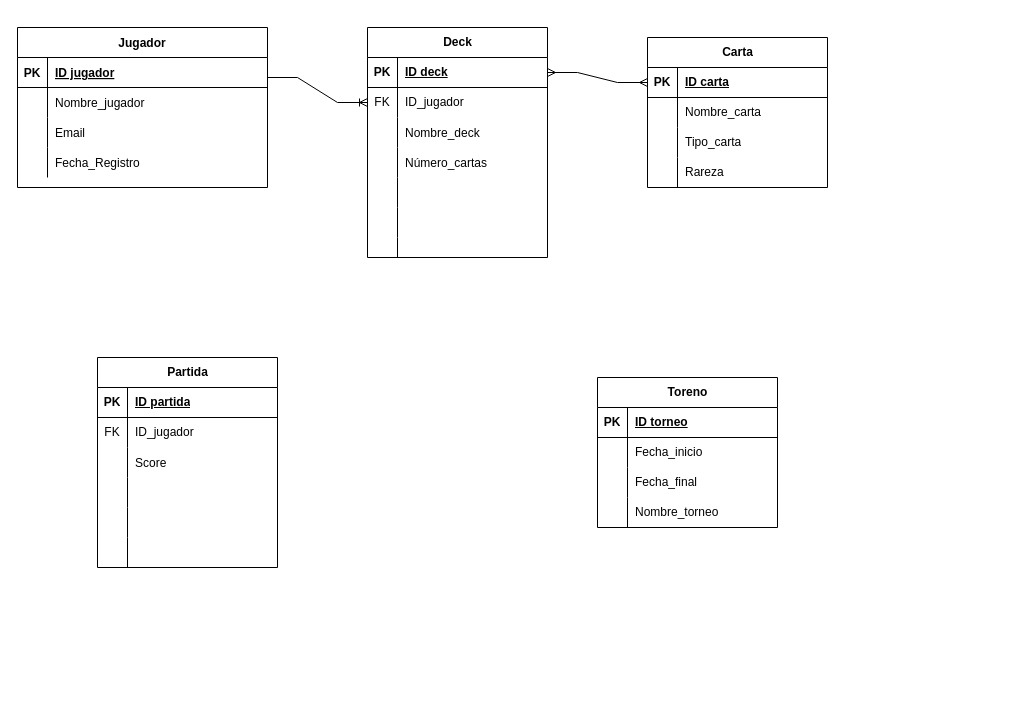
Above: Base de Datos/Pokemon_TCG_1.drawio in leaguirre3/A1749322_-TC2005B (draw.io), before the change. Source tidied: cells renumbered, new cells numbered last; positions are measured from the earlier drawing's top-left corner, leaving out a move shared by most shapes. Both pictures are drawn from the tidied source at 100%, with x=0, y=0 at pixel (17, 27).
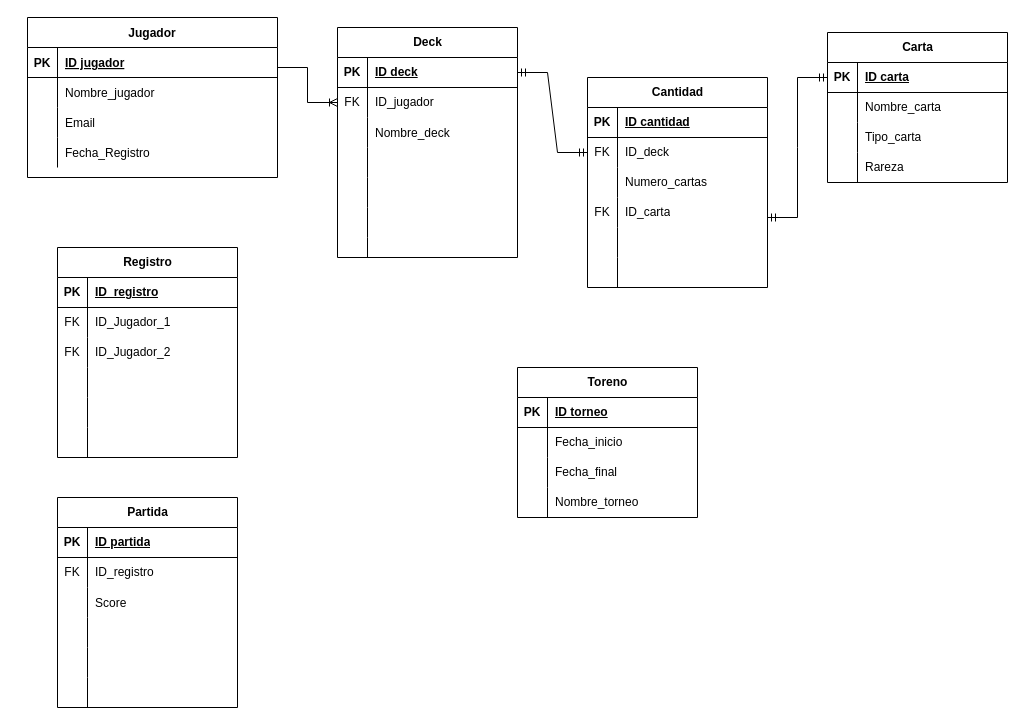
The same diagram, later.

The change refers to these unchanged cells:
```xml
<mxCell id="3" style="shape=partialRectangle;fillColor=none;points=[[0,0.5],[1,0.5]];portConstraint=eastwest;top=0;left=0;right=0;bottom=1;" parent="2" vertex="1">
  <mxGeometry y="30" width="250" height="30" as="geometry" />
</mxCell>
<mxCell id="16" style="shape=tableRow;horizontal=0;startSize=0;swimlaneHead=0;swimlaneBody=0;fillColor=none;points=[[0,0.5],[1,0.5]];portConstraint=eastwest;top=0;left=0;right=0;bottom=1;" parent="15" vertex="1">
  <mxGeometry y="30" width="180" height="30" as="geometry" />
</mxCell>
<mxCell id="29" style="shape=tableRow;horizontal=0;startSize=0;swimlaneHead=0;swimlaneBody=0;fillColor=none;points=[[0,0.5],[1,0.5]];portConstraint=eastwest;top=0;left=0;right=0;bottom=1;" parent="28" vertex="1">
  <mxGeometry y="30" width="180" height="30" as="geometry" />
</mxCell>
<mxCell id="32" style="shape=tableRow;horizontal=0;startSize=0;swimlaneHead=0;swimlaneBody=0;fillColor=none;points=[[0,0.5],[1,0.5]];portConstraint=eastwest;top=0;left=0;right=0;bottom=0;" parent="28" vertex="1">
  <mxGeometry y="60" width="180" height="30" as="geometry" />
</mxCell>
<mxCell id="38" style="shape=tableRow;horizontal=0;startSize=0;swimlaneHead=0;swimlaneBody=0;fillColor=none;top=0;left=0;right=0;bottom=0;" parent="28" vertex="1">
  <mxGeometry y="120" width="180" height="30" as="geometry" />
</mxCell>
<mxCell id="54" style="shape=tableRow;horizontal=0;startSize=0;swimlaneHead=0;swimlaneBody=0;fillColor=none;top=0;left=0;right=0;bottom=0;" parent="50" vertex="1">
  <mxGeometry y="60" width="180" height="30" as="geometry" />
</mxCell>
```

Diff of the diagram source:
```diff
@@
     <mxCell id="2" value="Jugador" style="shape=table;startSize=30;childLayout=tableLayout;rowLines=0;fontStyle=1;align=center;" parent="1" vertex="1">
-      <mxGeometry width="250" height="160" as="geometry" />
+      <mxGeometry x="10" y="-10" width="250" height="160" as="geometry" />
     </mxCell>
@@
     <mxCell id="15" value="Carta" style="shape=table;startSize=30;childLayout=tableLayout;rowLines=0;fontStyle=1;align=center;html=1;" parent="1" vertex="1">
-      <mxGeometry x="630" y="10" width="180" height="150" as="geometry" />
+      <mxGeometry x="810" y="5" width="180" height="150" as="geometry" />
     </mxCell>
@@
     <mxCell id="28" value="Deck" style="shape=table;startSize=30;childLayout=tableLayout;rowLines=0;fontStyle=1;align=center;html=1;" parent="1" vertex="1">
-      <mxGeometry x="350" width="180" height="230" as="geometry" />
+      <mxGeometry x="320" width="180" height="230" as="geometry" />
     </mxCell>
@@
-    <mxCell id="40" value="Número_cartas" style="shape=partialRectangle;fillColor=none;top=0;left=0;bottom=0;right=0;align=left;spacingLeft=6;overflow=hidden;" parent="38" vertex="1">
+    <mxCell id="40" style="shape=partialRectangle;fillColor=none;top=0;left=0;bottom=0;right=0;align=left;spacingLeft=6;overflow=hidden;" parent="38" vertex="1">
       <mxGeometry x="30" width="150" height="30" as="geometry" />
     </mxCell>
@@
     <mxCell id="50" value="Partida" style="shape=table;startSize=30;childLayout=tableLayout;rowLines=0;fontStyle=1;align=center;html=1;" parent="1" vertex="1">
-      <mxGeometry x="80" y="330" width="180" height="210" as="geometry" />
+      <mxGeometry x="40" y="470" width="180" height="210" as="geometry" />
     </mxCell>
@@
-    <mxCell id="56" value="ID_jugador" style="shape=partialRectangle;fillColor=none;top=0;left=0;bottom=0;right=0;align=left;spacingLeft=6;fontStyle=0;overflow=hidden;whiteSpace=wrap;html=1;" parent="54" vertex="1">
+    <mxCell id="56" value="ID_registro" style="shape=partialRectangle;fillColor=none;top=0;left=0;bottom=0;right=0;align=left;spacingLeft=6;fontStyle=0;overflow=hidden;whiteSpace=wrap;html=1;" parent="54" vertex="1">
       <mxGeometry x="30" width="150" height="30" as="geometry" />
     </mxCell>
@@
     <mxCell id="69" value="Toreno" style="shape=table;startSize=30;childLayout=tableLayout;rowLines=0;fontStyle=1;align=center;html=1;" parent="1" vertex="1">
-      <mxGeometry x="580" y="350" width="180" height="150" as="geometry" />
+      <mxGeometry x="500" y="340" width="180" height="150" as="geometry" />
     </mxCell>
@@
-    <mxCell id="82" style="edgeStyle=entityRelationEdgeStyle;fontSize=12;html=1;endArrow=ERoneToMany;rounded=0;entryX=0;entryY=0.5;entryDx=0;entryDy=0;" parent="1" edge="1" target="32">
-      <mxGeometry relative="1" as="geometry">
-        <mxPoint x="250" y="50" as="sourcePoint" />
-      </mxGeometry>
+    <mxCell id="82" style="edgeStyle=entityRelationEdgeStyle;fontSize=12;html=1;endArrow=ERoneToMany;rounded=0;entryX=0;entryY=0.5;entryDx=0;entryDy=0;exitX=1;exitY=0.667;exitDx=0;exitDy=0;exitPerimeter=0;" parent="1" edge="1" source="3" target="32">
+      <mxGeometry relative="1" as="geometry" />
     </mxCell>
-    <mxCell id="83" style="edgeStyle=entityRelationEdgeStyle;fontSize=12;html=1;endArrow=ERmany;startArrow=ERmany;rounded=0;entryX=0;entryY=0.5;entryDx=0;entryDy=0;exitX=1;exitY=0.5;exitDx=0;exitDy=0;" parent="1" edge="1" source="29" target="16">
-      <mxGeometry relative="1" as="geometry" />
-    </mxCell>
+    <mxCell id="84" value="Cantidad" style="shape=table;startSize=30;childLayout=tableLayout;rowLines=0;fontStyle=1;align=center;html=1;" parent="1" vertex="1">
+      <mxGeometry x="570" y="50" width="180" height="210" as="geometry" />
+    </mxCell>
+    <mxCell id="85" style="shape=tableRow;horizontal=0;startSize=0;swimlaneHead=0;swimlaneBody=0;fillColor=none;top=0;left=0;right=0;bottom=1;" parent="84" vertex="1">
+      <mxGeometry y="30" width="180" height="30" as="geometry" />
+    </mxCell>
+    <mxCell id="86" value="PK" style="shape=partialRectangle;fillColor=none;top=0;left=0;bottom=0;right=0;fontStyle=1;overflow=hidden;whiteSpace=wrap;html=1;" parent="85" vertex="1">
+      <mxGeometry width="30" height="30" as="geometry" />
+    </mxCell>
+    <mxCell id="87" value="ID cantidad" style="shape=partialRectangle;fillColor=none;top=0;left=0;bottom=0;right=0;align=left;spacingLeft=6;fontStyle=5;overflow=hidden;whiteSpace=wrap;html=1;" parent="85" vertex="1">
+      <mxGeometry x="30" width="150" height="30" as="geometry" />
+    </mxCell>
+    <mxCell id="88" style="shape=tableRow;horizontal=0;startSize=0;swimlaneHead=0;swimlaneBody=0;fillColor=none;points=[[0,0.5],[1,0.5]];portConstraint=eastwest;top=0;left=0;right=0;bottom=0;" parent="84" vertex="1">
+      <mxGeometry y="60" width="180" height="30" as="geometry" />
+    </mxCell>
+    <mxCell id="89" value="FK" style="shape=partialRectangle;fillColor=none;top=0;left=0;bottom=0;right=0;fontStyle=0;overflow=hidden;whiteSpace=wrap;html=1;" parent="88" vertex="1">
+      <mxGeometry width="30" height="30" as="geometry" />
+    </mxCell>
+    <mxCell id="90" value="ID_deck" style="shape=partialRectangle;fillColor=none;top=0;left=0;bottom=0;right=0;align=left;spacingLeft=6;fontStyle=0;overflow=hidden;whiteSpace=wrap;html=1;" parent="88" vertex="1">
+      <mxGeometry x="30" width="150" height="30" as="geometry" />
+    </mxCell>
+    <mxCell id="91" style="shape=tableRow;horizontal=0;startSize=0;swimlaneHead=0;swimlaneBody=0;fillColor=none;top=0;left=0;right=0;bottom=0;" parent="84" vertex="1">
+      <mxGeometry y="90" width="180" height="30" as="geometry" />
+    </mxCell>
+    <mxCell id="92" style="shape=partialRectangle;fillColor=none;top=0;left=0;bottom=0;right=0;overflow=hidden;whiteSpace=wrap;html=1;" parent="91" vertex="1">
+      <mxGeometry width="30" height="30" as="geometry" />
+    </mxCell>
+    <mxCell id="93" value="Numero_cartas" style="shape=partialRectangle;fillColor=none;top=0;left=0;bottom=0;right=0;align=left;spacingLeft=6;overflow=hidden;whiteSpace=wrap;html=1;" parent="91" vertex="1">
+      <mxGeometry x="30" width="150" height="30" as="geometry" />
+    </mxCell>
+    <mxCell id="94" style="shape=tableRow;horizontal=0;startSize=0;swimlaneHead=0;swimlaneBody=0;fillColor=none;top=0;left=0;right=0;bottom=0;" parent="84" vertex="1">
+      <mxGeometry y="120" width="180" height="30" as="geometry" />
+    </mxCell>
+    <mxCell id="95" value="FK" style="shape=partialRectangle;fillColor=none;top=0;left=0;bottom=0;right=0;fontStyle=0;overflow=hidden;whiteSpace=wrap;html=1;" parent="94" vertex="1">
+      <mxGeometry width="30" height="30" as="geometry" />
+    </mxCell>
+    <mxCell id="96" value="ID_carta" style="shape=partialRectangle;fillColor=none;top=0;left=0;bottom=0;right=0;align=left;spacingLeft=6;fontStyle=0;overflow=hidden;whiteSpace=wrap;html=1;" parent="94" vertex="1">
+      <mxGeometry x="30" width="150" height="30" as="geometry" />
+    </mxCell>
+    <mxCell id="97" style="shape=tableRow;horizontal=0;startSize=0;swimlaneHead=0;swimlaneBody=0;fillColor=none;top=0;left=0;right=0;bottom=0;" parent="84" vertex="1">
+      <mxGeometry y="150" width="180" height="30" as="geometry" />
+    </mxCell>
+    <mxCell id="98" style="shape=partialRectangle;fillColor=none;top=0;left=0;bottom=0;right=0;overflow=hidden;whiteSpace=wrap;html=1;" parent="97" vertex="1">
+      <mxGeometry width="30" height="30" as="geometry" />
+    </mxCell>
+    <mxCell id="99" style="shape=partialRectangle;fillColor=none;top=0;left=0;bottom=0;right=0;align=left;spacingLeft=6;overflow=hidden;whiteSpace=wrap;html=1;" parent="97" vertex="1">
+      <mxGeometry x="30" width="150" height="30" as="geometry" />
+    </mxCell>
+    <mxCell id="100" style="shape=tableRow;horizontal=0;startSize=0;swimlaneHead=0;swimlaneBody=0;fillColor=none;top=0;left=0;right=0;bottom=0;" parent="84" vertex="1">
+      <mxGeometry y="180" width="180" height="30" as="geometry" />
+    </mxCell>
+    <mxCell id="101" style="shape=partialRectangle;fillColor=none;top=0;left=0;bottom=0;right=0;overflow=hidden;whiteSpace=wrap;html=1;" parent="100" vertex="1">
+      <mxGeometry width="30" height="30" as="geometry" />
+    </mxCell>
+    <mxCell id="102" style="shape=partialRectangle;fillColor=none;top=0;left=0;bottom=0;right=0;align=left;spacingLeft=6;overflow=hidden;whiteSpace=wrap;html=1;" parent="100" vertex="1">
+      <mxGeometry x="30" width="150" height="30" as="geometry" />
+    </mxCell>
+    <mxCell id="103" style="edgeStyle=entityRelationEdgeStyle;fontSize=12;html=1;endArrow=ERmandOne;startArrow=ERmandOne;rounded=0;entryX=0;entryY=0.5;entryDx=0;entryDy=0;exitX=1;exitY=0.5;exitDx=0;exitDy=0;" parent="1" edge="1" source="29" target="88">
+      <mxGeometry relative="1" as="geometry" />
+    </mxCell>
+    <mxCell id="104" style="edgeStyle=entityRelationEdgeStyle;fontSize=12;html=1;endArrow=ERmandOne;startArrow=ERmandOne;rounded=0;entryX=0;entryY=0.5;entryDx=0;entryDy=0;" parent="1" edge="1" target="16">
+      <mxGeometry relative="1" as="geometry">
+        <mxPoint x="750" y="190" as="sourcePoint" />
+        <Array as="points">
+          <mxPoint x="950" y="160" />
+        </Array>
+      </mxGeometry>
+    </mxCell>
+    <mxCell id="105" value="Registro" style="shape=table;startSize=30;childLayout=tableLayout;rowLines=0;fontStyle=1;align=center;html=1;" parent="1" vertex="1">
+      <mxGeometry x="40" y="220" width="180" height="210" as="geometry" />
+    </mxCell>
+    <mxCell id="106" style="shape=tableRow;horizontal=0;startSize=0;swimlaneHead=0;swimlaneBody=0;fillColor=none;top=0;left=0;right=0;bottom=1;" parent="105" vertex="1">
+      <mxGeometry y="30" width="180" height="30" as="geometry" />
+    </mxCell>
+    <mxCell id="107" value="PK" style="shape=partialRectangle;fillColor=none;top=0;left=0;bottom=0;right=0;fontStyle=1;overflow=hidden;whiteSpace=wrap;html=1;" parent="106" vertex="1">
+      <mxGeometry width="30" height="30" as="geometry" />
+    </mxCell>
+    <mxCell id="108" value="ID_registro" style="shape=partialRectangle;fillColor=none;top=0;left=0;bottom=0;right=0;align=left;spacingLeft=6;fontStyle=5;overflow=hidden;whiteSpace=wrap;html=1;" parent="106" vertex="1">
+      <mxGeometry x="30" width="150" height="30" as="geometry" />
+    </mxCell>
+    <mxCell id="109" style="shape=tableRow;horizontal=0;startSize=0;swimlaneHead=0;swimlaneBody=0;fillColor=none;top=0;left=0;right=0;bottom=0;" parent="105" vertex="1">
+      <mxGeometry y="60" width="180" height="30" as="geometry" />
+    </mxCell>
+    <mxCell id="110" value="FK" style="shape=partialRectangle;fillColor=none;top=0;left=0;bottom=0;right=0;fontStyle=0;overflow=hidden;whiteSpace=wrap;html=1;" parent="109" vertex="1">
+      <mxGeometry width="30" height="30" as="geometry" />
+    </mxCell>
+    <mxCell id="111" value="ID_Jugador_1" style="shape=partialRectangle;fillColor=none;top=0;left=0;bottom=0;right=0;align=left;spacingLeft=6;fontStyle=0;overflow=hidden;whiteSpace=wrap;html=1;" parent="109" vertex="1">
+      <mxGeometry x="30" width="150" height="30" as="geometry" />
+    </mxCell>
+    <mxCell id="112" style="shape=tableRow;horizontal=0;startSize=0;swimlaneHead=0;swimlaneBody=0;fillColor=none;top=0;left=0;right=0;bottom=0;" parent="105" vertex="1">
+      <mxGeometry y="90" width="180" height="30" as="geometry" />
+    </mxCell>
+    <mxCell id="113" value="FK" style="shape=partialRectangle;fillColor=none;top=0;left=0;bottom=0;right=0;fontStyle=0;overflow=hidden;whiteSpace=wrap;html=1;" parent="112" vertex="1">
+      <mxGeometry width="30" height="30" as="geometry" />
+    </mxCell>
+    <mxCell id="114" value="ID_Jugador_2" style="shape=partialRectangle;fillColor=none;top=0;left=0;bottom=0;right=0;align=left;spacingLeft=6;fontStyle=0;overflow=hidden;whiteSpace=wrap;html=1;" parent="112" vertex="1">
+      <mxGeometry x="30" width="150" height="30" as="geometry" />
+    </mxCell>
+    <mxCell id="115" style="shape=tableRow;horizontal=0;startSize=0;swimlaneHead=0;swimlaneBody=0;fillColor=none;top=0;left=0;right=0;bottom=0;" parent="105" vertex="1">
+      <mxGeometry y="120" width="180" height="30" as="geometry" />
+    </mxCell>
+    <mxCell id="116" style="shape=partialRectangle;fillColor=none;top=0;left=0;bottom=0;right=0;overflow=hidden;whiteSpace=wrap;html=1;" parent="115" vertex="1">
+      <mxGeometry width="30" height="30" as="geometry" />
+    </mxCell>
+    <mxCell id="117" style="shape=partialRectangle;fillColor=none;top=0;left=0;bottom=0;right=0;align=left;spacingLeft=6;overflow=hidden;whiteSpace=wrap;html=1;" parent="115" vertex="1">
+      <mxGeometry x="30" width="150" height="30" as="geometry" />
+    </mxCell>
+    <mxCell id="118" style="shape=tableRow;horizontal=0;startSize=0;swimlaneHead=0;swimlaneBody=0;fillColor=none;top=0;left=0;right=0;bottom=0;" parent="105" vertex="1">
+      <mxGeometry y="150" width="180" height="30" as="geometry" />
+    </mxCell>
+    <mxCell id="119" style="shape=partialRectangle;fillColor=none;top=0;left=0;bottom=0;right=0;overflow=hidden;whiteSpace=wrap;html=1;" parent="118" vertex="1">
+      <mxGeometry width="30" height="30" as="geometry" />
+    </mxCell>
+    <mxCell id="120" style="shape=partialRectangle;fillColor=none;top=0;left=0;bottom=0;right=0;align=left;spacingLeft=6;overflow=hidden;whiteSpace=wrap;html=1;" parent="118" vertex="1">
+      <mxGeometry x="30" width="150" height="30" as="geometry" />
+    </mxCell>
+    <mxCell id="121" style="shape=tableRow;horizontal=0;startSize=0;swimlaneHead=0;swimlaneBody=0;fillColor=none;top=0;left=0;right=0;bottom=0;" parent="105" vertex="1">
+      <mxGeometry y="180" width="180" height="30" as="geometry" />
+    </mxCell>
+    <mxCell id="122" style="shape=partialRectangle;fillColor=none;top=0;left=0;bottom=0;right=0;overflow=hidden;whiteSpace=wrap;html=1;" parent="121" vertex="1">
+      <mxGeometry width="30" height="30" as="geometry" />
+    </mxCell>
+    <mxCell id="123" style="shape=partialRectangle;fillColor=none;top=0;left=0;bottom=0;right=0;align=left;spacingLeft=6;overflow=hidden;whiteSpace=wrap;html=1;" parent="121" vertex="1">
+      <mxGeometry x="30" width="150" height="30" as="geometry" />
+    </mxCell>
```
